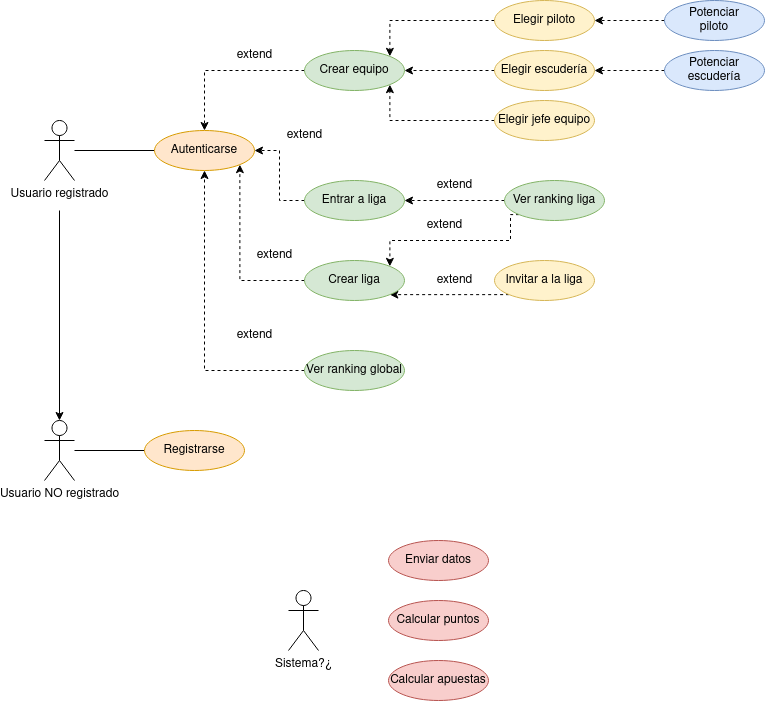
Earlier version of the draw.io export doc/diagramas/img/Diagrama_casos_uso.drawio.png (adrianhrb/proyecto_ETS). Source tidied: cells renumbered, new cells last; positions are measured from the earlier drawing's top-left corner, leaving out a move shared by most shapes.
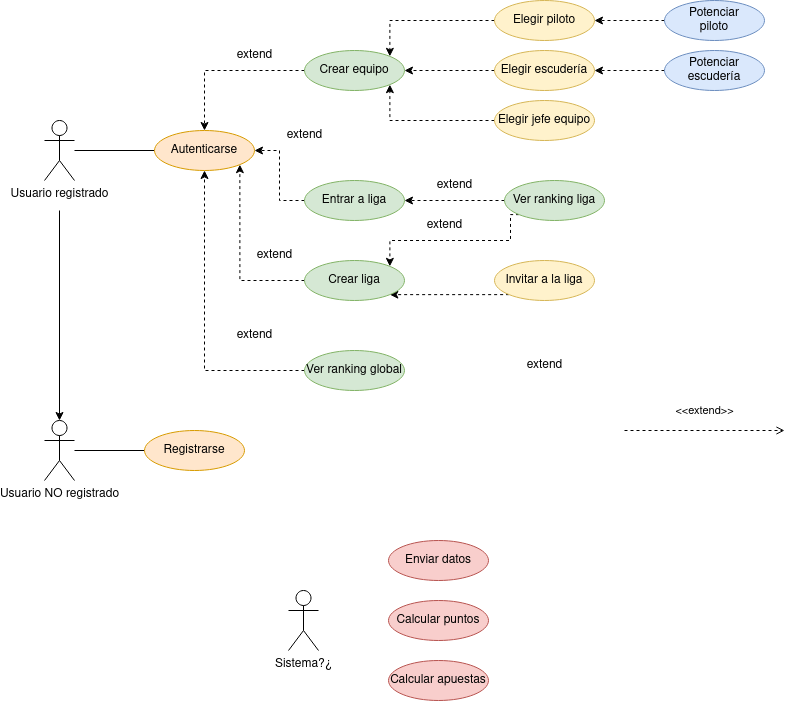
Above is the later version.

Change to the diagram source:
```diff
@@ -124,7 +124,7 @@
       <mxGeometry x="180" y="320" width="60" height="30" as="geometry" />
     </mxCell>
     <mxCell id="40" value="extend" style="text;html=1;align=center;verticalAlign=middle;strokeColor=none;fillColor=none;" parent="1" vertex="1">
-      <mxGeometry x="380" y="265" width="60" height="30" as="geometry" />
+      <mxGeometry x="470" y="350" width="60" height="30" as="geometry" />
     </mxCell>
     <mxCell id="41" value="extend" style="text;html=1;align=center;verticalAlign=middle;strokeColor=none;fillColor=none;" parent="1" vertex="1">
       <mxGeometry x="370" y="210" width="60" height="30" as="geometry" />
@@ -132,5 +132,11 @@
     <mxCell id="42" value="extend" style="text;html=1;align=center;verticalAlign=middle;strokeColor=none;fillColor=none;" parent="1" vertex="1">
       <mxGeometry x="380" y="170" width="60" height="30" as="geometry" />
     </mxCell>
+    <mxCell id="43" value="&amp;lt;&amp;lt;extend&amp;gt;&amp;gt;" style="html=1;verticalAlign=bottom;labelBackgroundColor=none;endArrow=open;endFill=0;dashed=1;rounded=0;" parent="1" edge="1">
+      <mxGeometry y="10" relative="1" as="geometry">
+        <mxPoint x="580" y="430" as="sourcePoint" />
+        <mxPoint x="740" y="430" as="targetPoint" />
+      </mxGeometry>
+    </mxCell>
   </root>
 </mxGraphModel>
```
